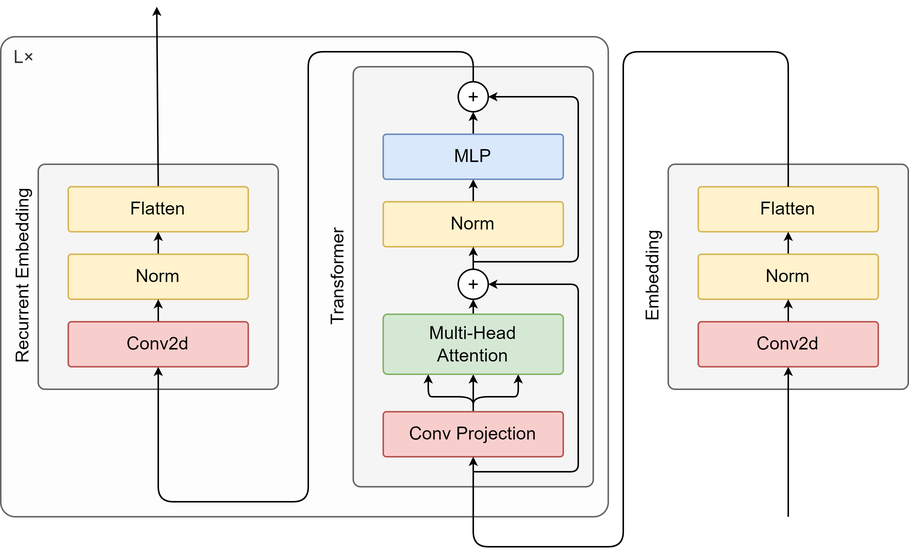
Earlier version of the draw.io export CvT-Original.drawio.png (SeyaSchmassmann/wods). Source tidied: cells renumbered, new cells last; positions are measured from the earlier drawing's top-left corner, leaving out a move shared by most shapes.
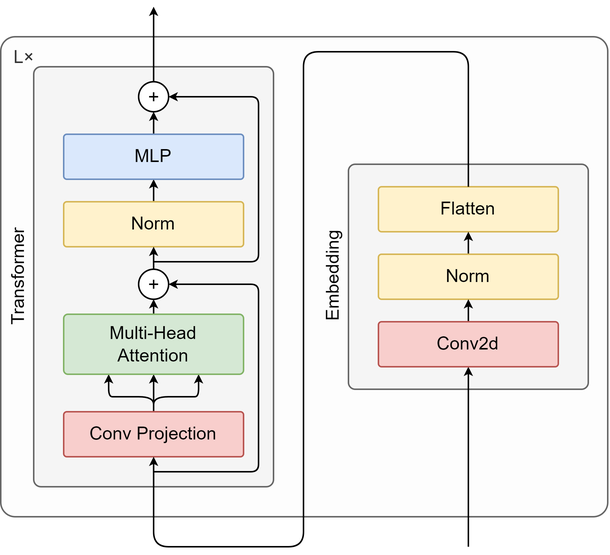
The same file after the commit.

Change to the diagram source:
```diff
@@ -3,7 +3,7 @@
     <mxCell id="0" />
     <mxCell id="1" parent="0" />
     <mxCell id="2" value="L×" style="rounded=1;whiteSpace=wrap;html=1;arcSize=3;verticalAlign=top;align=left;spacingLeft=7;fillColor=light-dark(#fdfdfd, #1a1a1a);fontColor=#333333;strokeColor=#666666;fontStyle=0;" parent="1" vertex="1">
-      <mxGeometry y="20" width="405" height="320" as="geometry" />
+      <mxGeometry x="213" y="20" width="405" height="320" as="geometry" />
     </mxCell>
     <mxCell id="3" style="rounded=1;whiteSpace=wrap;html=1;fillColor=#f5f5f5;fontColor=#333333;strokeColor=#666666;arcSize=3;" parent="1" vertex="1">
       <mxGeometry x="445" y="105" width="160" height="150" as="geometry" />
@@ -25,15 +25,12 @@
     </mxCell>
     <mxCell id="9" style="edgeStyle=none;html=1;endArrow=none;endFill=0;startArrow=classic;startFill=1;endSize=3;startSize=3;" parent="1" edge="1" source="10">
       <mxGeometry relative="1" as="geometry">
-        <mxPoint x="525" y="340" as="targetPoint" />
+        <mxPoint x="525" y="360" as="targetPoint" />
       </mxGeometry>
     </mxCell>
     <mxCell id="10" value="&lt;font style=&quot;color: rgb(0, 0, 0);&quot;&gt;Conv2d&lt;br&gt;&lt;/font&gt;" style="rounded=1;whiteSpace=wrap;html=1;fillColor=#f8cecc;strokeColor=#b85450;arcSize=7;" parent="1" vertex="1">
       <mxGeometry x="465" y="210" width="120" height="30" as="geometry" />
     </mxCell>
-    <mxCell id="11" style="rounded=1;whiteSpace=wrap;html=1;fillColor=#f5f5f5;fontColor=#333333;strokeColor=#666666;arcSize=3;" parent="1" vertex="1">
-      <mxGeometry x="25" y="105" width="160" height="150" as="geometry" />
-    </mxCell>
     <mxCell id="12" style="edgeStyle=none;html=1;entryX=0.5;entryY=1;entryDx=0;entryDy=0;exitX=0.5;exitY=0;exitDx=0;exitDy=0;startSize=3;endSize=3;" parent="1" edge="1" source="15" target="17">
       <mxGeometry relative="1" as="geometry" />
     </mxCell>
@@ -121,39 +118,11 @@
     <mxCell id="32" style="shape=cross;whiteSpace=wrap;html=1;size=0;" parent="30" vertex="1">
       <mxGeometry x="7" y="7" width="6" height="6" as="geometry" />
     </mxCell>
-    <mxCell id="33" style="edgeStyle=none;html=1;exitX=0.5;exitY=0;exitDx=0;exitDy=0;endSize=3;startSize=3;" parent="1" edge="1" source="36">
-      <mxGeometry relative="1" as="geometry">
-        <mxPoint x="104" as="targetPoint" />
-      </mxGeometry>
-    </mxCell>
-    <mxCell id="34" value="Recurrent Embedding" style="text;html=1;align=center;verticalAlign=middle;whiteSpace=wrap;rounded=0;horizontal=0;" parent="1" vertex="1">
-      <mxGeometry x="5" y="112.5" width="20" height="135" as="geometry" />
-    </mxCell>
-    <mxCell id="35" style="edgeStyle=none;html=1;exitX=0.5;exitY=0;exitDx=0;exitDy=0;endSize=3;startSize=3;entryX=0.5;entryY=1;entryDx=0;entryDy=0;" parent="1" edge="1" source="25" target="40">
+    <mxCell id="35" style="edgeStyle=none;html=1;exitX=0.5;exitY=0;exitDx=0;exitDy=0;endSize=3;startSize=3;" parent="1" edge="1" source="25">
       <mxGeometry relative="1" as="geometry">
-        <Array as="points">
-          <mxPoint x="315" y="30" />
-          <mxPoint x="205" y="30" />
-          <mxPoint x="205" y="330" />
-          <mxPoint x="105" y="330" />
-        </Array>
+        <mxPoint x="315" as="targetPoint" />
       </mxGeometry>
     </mxCell>
-    <mxCell id="36" value="Flatten" style="rounded=1;whiteSpace=wrap;html=1;fillColor=#fff2cc;strokeColor=#d6b656;arcSize=7;" parent="1" vertex="1">
-      <mxGeometry x="45" y="120" width="120" height="30" as="geometry" />
-    </mxCell>
-    <mxCell id="37" style="edgeStyle=none;html=1;startSize=3;endSize=3;" parent="1" edge="1" source="38" target="36">
-      <mxGeometry relative="1" as="geometry" />
-    </mxCell>
-    <mxCell id="38" value="&lt;font style=&quot;color: rgb(0, 0, 0);&quot;&gt;Norm&lt;/font&gt;" style="rounded=1;whiteSpace=wrap;html=1;fillColor=#fff2cc;strokeColor=#d6b656;arcSize=7;" parent="1" vertex="1">
-      <mxGeometry x="45" y="165" width="120" height="30" as="geometry" />
-    </mxCell>
-    <mxCell id="39" style="edgeStyle=none;html=1;endSize=3;startSize=3;" parent="1" edge="1" source="40" target="38">
-      <mxGeometry relative="1" as="geometry" />
-    </mxCell>
-    <mxCell id="40" value="&lt;font style=&quot;color: rgb(0, 0, 0);&quot;&gt;Conv2d&lt;br&gt;&lt;/font&gt;" style="rounded=1;whiteSpace=wrap;html=1;fillColor=#f8cecc;strokeColor=#b85450;arcSize=7;" parent="1" vertex="1">
-      <mxGeometry x="45" y="210" width="120" height="30" as="geometry" />
-    </mxCell>
     <mxCell id="41" style="edgeStyle=none;html=1;entryX=0.5;entryY=1;entryDx=0;entryDy=0;endSize=3;startSize=3;" parent="1" edge="1" source="5" target="15">
       <mxGeometry relative="1" as="geometry">
         <Array as="points">
@@ -167,14 +136,14 @@
     <mxCell id="42" value="&lt;span style=&quot;color: rgb(0, 0, 0);&quot;&gt;Embedding&lt;/span&gt;" style="text;html=1;align=center;verticalAlign=middle;whiteSpace=wrap;rounded=0;horizontal=0;" parent="1" vertex="1">
       <mxGeometry x="425" y="112.5" width="20" height="135" as="geometry" />
     </mxCell>
-    <mxCell id="43" style="edgeStyle=none;html=1;entryX=0.5;entryY=1;entryDx=0;entryDy=0;endSize=3;startSize=3;" parent="1" edge="1" target="x">
+    <mxCell id="43" style="edgeStyle=none;html=1;entryX=0.5;entryY=1;entryDx=0;entryDy=0;endSize=3;startSize=3;" parent="1" edge="1">
       <mxGeometry relative="1" as="geometry">
-        <mxPoint x="525" y="165" as="sourcePoint" />
+        <mxPoint x="735" y="165" as="sourcePoint" />
       </mxGeometry>
     </mxCell>
-    <mxCell id="44" style="edgeStyle=none;html=1;entryX=0.5;entryY=1;entryDx=0;entryDy=0;endSize=3;startSize=3;" parent="1" edge="1" target="x">
+    <mxCell id="44" style="edgeStyle=none;html=1;entryX=0.5;entryY=1;entryDx=0;entryDy=0;endSize=3;startSize=3;" parent="1" edge="1">
       <mxGeometry relative="1" as="geometry">
-        <mxPoint x="525" y="210" as="sourcePoint" />
+        <mxPoint x="735" y="210" as="sourcePoint" />
       </mxGeometry>
     </mxCell>
   </root>
```
